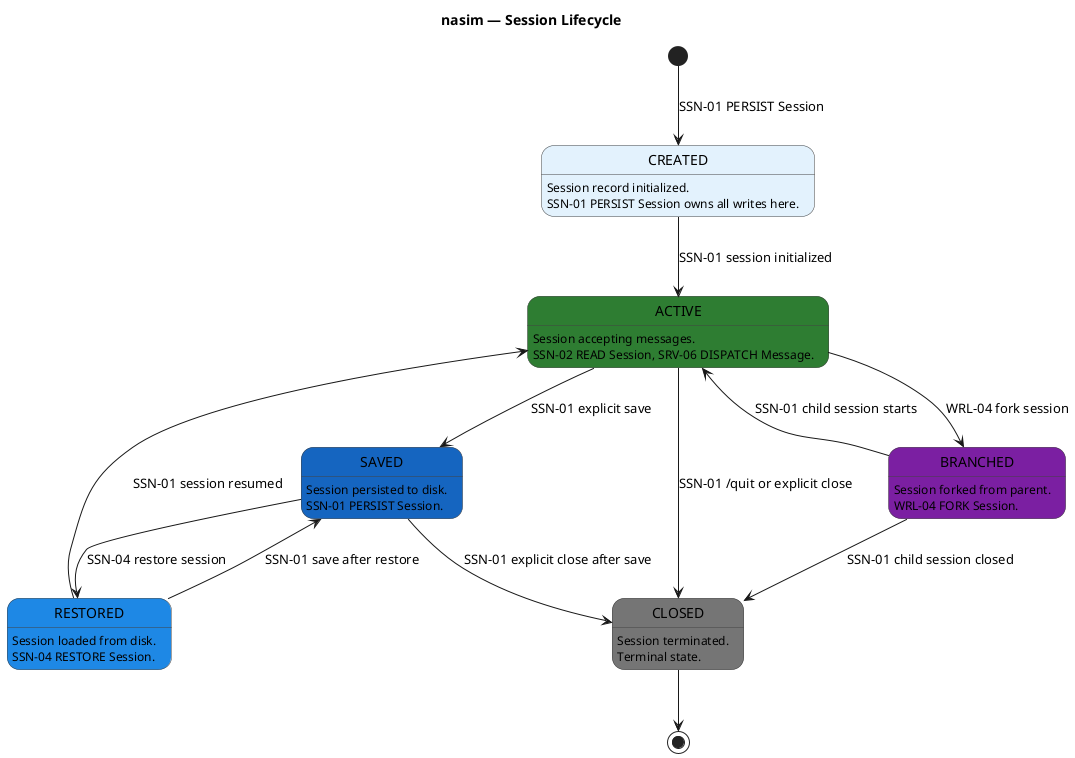
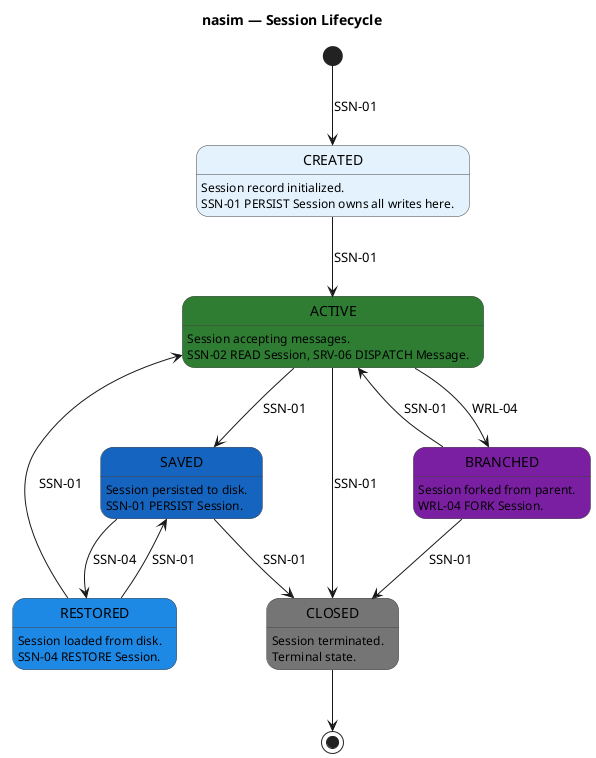
@startuml sm_session_lifecycle
' ============================================================
' Title:     nasim — Session Lifecycle State Machine
' Boundary:  nasim code agent
' Purpose:   Entity lifecycle for Session (persisted to disk)
' Milestone: v1.0
' Version:   6.0.0
' Source:    docs/UC/README.md
' Review:    docs/audit/audit.2026.06.20.sq-sm-chain.car.md
' ============================================================

title nasim — Session Lifecycle

skinparam state {
  BackgroundColor #FFFFFF
  BorderColor #424242
  FontColor #000000
}

- [*] --> CREATED : SSN-01 PERSIST Session
+ [*] --> CREATED : SSN-01

state "CREATED" as CREATED #E3F2FD
CREATED : Session record initialized.
CREATED : SSN-01 PERSIST Session owns all writes here.

state "ACTIVE" as ACTIVE #2E7D32
ACTIVE : Session accepting messages.
ACTIVE : SSN-02 READ Session, SRV-06 DISPATCH Message.

state "SAVED" as SAVED #1565C0
SAVED : Session persisted to disk.
SAVED : SSN-01 PERSIST Session.

state "RESTORED" as RESTORED #1E88E5
RESTORED : Session loaded from disk.
RESTORED : SSN-04 RESTORE Session.

state "BRANCHED" as BRANCHED #7B1FA2
BRANCHED : Session forked from parent.
BRANCHED : WRL-04 FORK Session.

state "CLOSED" as CLOSED #757575
CLOSED : Session terminated.
CLOSED : Terminal state.

- CREATED --> ACTIVE : SSN-01 session initialized
- ACTIVE --> SAVED : SSN-01 explicit save
- ACTIVE --> BRANCHED : WRL-04 fork session
- ACTIVE --> CLOSED : SSN-01 /quit or explicit close
- SAVED --> RESTORED : SSN-04 restore session
- RESTORED --> ACTIVE : SSN-01 session resumed
- RESTORED --> SAVED : SSN-01 save after restore
- BRANCHED --> ACTIVE : SSN-01 child session starts
- BRANCHED --> CLOSED : SSN-01 child session closed
- SAVED --> CLOSED : SSN-01 explicit close after save
+ CREATED --> ACTIVE : SSN-01
+ ACTIVE --> SAVED : SSN-01
+ ACTIVE --> BRANCHED : WRL-04
+ ACTIVE --> CLOSED : SSN-01
+ SAVED --> RESTORED : SSN-04
+ RESTORED --> ACTIVE : SSN-01
+ RESTORED --> SAVED : SSN-01
+ BRANCHED --> ACTIVE : SSN-01
+ BRANCHED --> CLOSED : SSN-01
+ SAVED --> CLOSED : SSN-01

CLOSED --> [*]

@enduml
